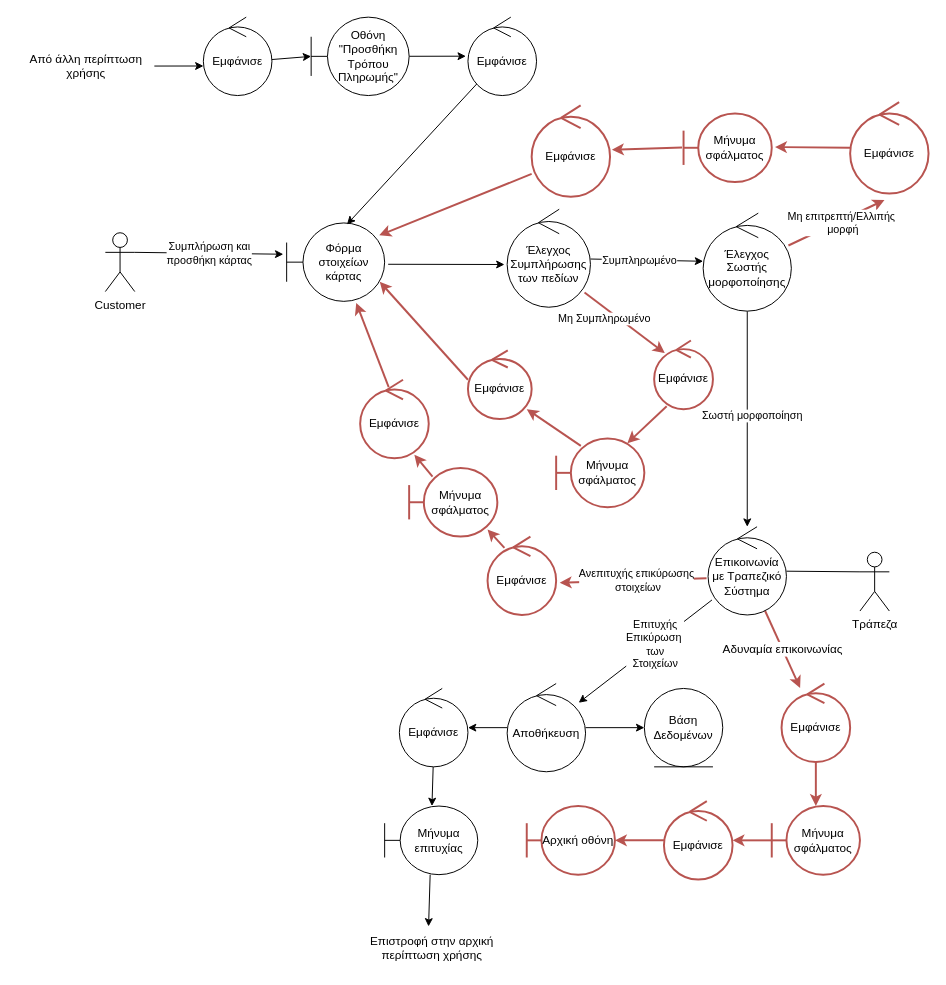
Nikolis2002/texnoligia_logismikou keeps this draw.io diagram as Part_2/Robustness/diagrams/05_Προσθήκη_Τρόπου_Πληρωμής.drawio. Above is the earlier version. Source tidied: cells renumbered, new cells numbered last; positions are measured from the earlier drawing's top-left corner, leaving out a move shared by most shapes. Both pictures are drawn from the tidied source at 98%, with x=0, y=0 at pixel (17, 17).
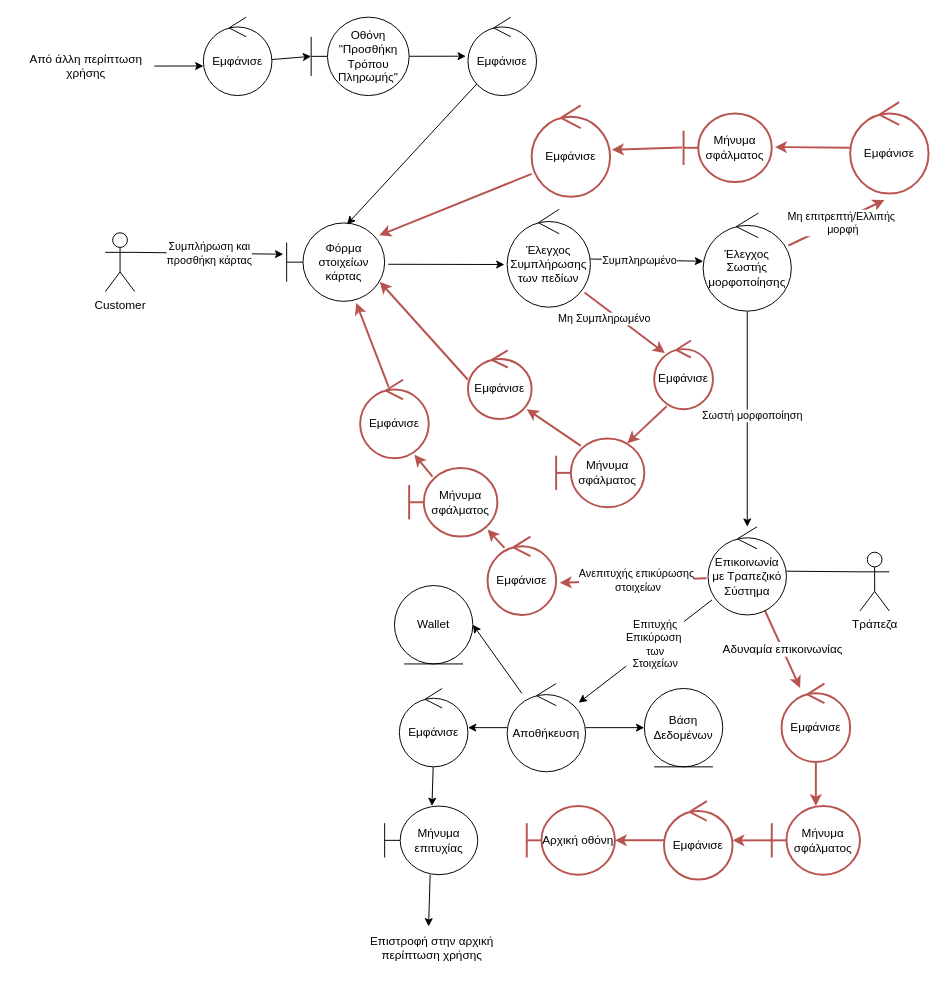
The same page after the edit.

The change refers to these unchanged cells:
```xml
<mxCell id="18" value="Αποθήκευση" style="ellipse;shape=umlControl;whiteSpace=wrap;html=1;" parent="1" vertex="1">
  <mxGeometry x="500" y="680" width="80" height="90" as="geometry" />
</mxCell>
```

Change to the diagram source:
```diff
@@
+    <mxCell id="66" style="edgeStyle=none;html=1;entryX=1;entryY=0.5;entryDx=0;entryDy=0;" parent="1" edge="1" source="18" target="67">
+      <mxGeometry relative="1" as="geometry" />
+    </mxCell>
@@
+    <mxCell id="67" value="Wallet" style="ellipse;shape=umlEntity;whiteSpace=wrap;html=1;" parent="1" vertex="1">
+      <mxGeometry x="385" y="580" width="80" height="80" as="geometry" />
+    </mxCell>
```
